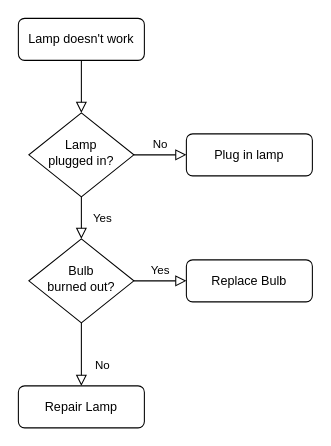
Earlier version of the draw.io diagram draws/fandou/https.drawio (fortianwei/draw.io). Source tidied: cells renumbered, new cells numbered last; positions are measured from the earlier drawing's top-left corner, leaving out a move shared by most shapes. Both pictures are drawn from the tidied source at 105%, with x=0, y=0 at pixel (18, 18).
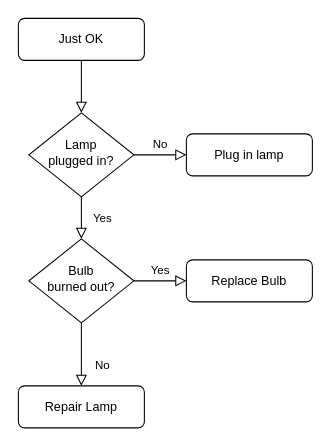
After the change.

What changed in the source:
```diff
@@
 <mxGraphModel>
   <root>
     <mxCell id="0" />
     <mxCell id="1" parent="0" />
     <mxCell id="2" style="rounded=0;html=1;jettySize=auto;fontSize=11;endArrow=block;endFill=0;endSize=8;strokeWidth=1;shadow=0;labelBackgroundColor=none;edgeStyle=orthogonalEdgeStyle;" parent="1" edge="1" source="3" target="6">
       <mxGeometry relative="1" as="geometry" />
     </mxCell>
-    <mxCell id="3" value="Lamp doesn't work" style="rounded=1;whiteSpace=wrap;html=1;fontSize=12;glass=0;strokeWidth=1;shadow=0;" parent="1" vertex="1">
+    <mxCell id="3" value="Just OK" style="rounded=1;whiteSpace=wrap;html=1;fontSize=12;glass=0;strokeWidth=1;shadow=0;" parent="1" vertex="1">
       <mxGeometry width="120" height="40" as="geometry" />
     </mxCell>
     <mxCell id="4" value="Yes" style="rounded=0;html=1;jettySize=auto;fontSize=11;endArrow=block;endFill=0;endSize=8;strokeWidth=1;shadow=0;labelBackgroundColor=none;edgeStyle=orthogonalEdgeStyle;" parent="1" edge="1" source="6" target="10">
       <mxGeometry y="20" relative="1" as="geometry" />
     </mxCell>
     <mxCell id="5" value="No" style="edgeStyle=orthogonalEdgeStyle;rounded=0;html=1;jettySize=auto;fontSize=11;endArrow=block;endFill=0;endSize=8;strokeWidth=1;shadow=0;labelBackgroundColor=none;" parent="1" edge="1" source="6" target="7">
       <mxGeometry y="10" relative="1" as="geometry" />
     </mxCell>
     <mxCell id="6" value="Lamp&lt;br&gt;plugged in?" style="rhombus;whiteSpace=wrap;html=1;shadow=0;fontFamily=Helvetica;fontSize=12;align=center;strokeWidth=1;spacing=6;spacingTop=-4;" parent="1" vertex="1">
       <mxGeometry x="10" y="90" width="100" height="80" as="geometry" />
     </mxCell>
     <mxCell id="7" value="Plug in lamp" style="rounded=1;whiteSpace=wrap;html=1;fontSize=12;glass=0;strokeWidth=1;shadow=0;" parent="1" vertex="1">
       <mxGeometry x="160" y="110" width="120" height="40" as="geometry" />
     </mxCell>
     <mxCell id="8" value="No" style="rounded=0;html=1;jettySize=auto;fontSize=11;endArrow=block;endFill=0;endSize=8;strokeWidth=1;shadow=0;labelBackgroundColor=none;edgeStyle=orthogonalEdgeStyle;" parent="1" edge="1" source="10" target="11">
       <mxGeometry x="0.33" y="20" relative="1" as="geometry" />
     </mxCell>
     <mxCell id="9" value="Yes" style="edgeStyle=orthogonalEdgeStyle;rounded=0;html=1;jettySize=auto;fontSize=11;endArrow=block;endFill=0;endSize=8;strokeWidth=1;shadow=0;labelBackgroundColor=none;" parent="1" edge="1" source="10" target="12">
       <mxGeometry y="10" relative="1" as="geometry" />
     </mxCell>
     <mxCell id="10" value="Bulb&lt;br&gt;burned out?" style="rhombus;whiteSpace=wrap;html=1;shadow=0;fontFamily=Helvetica;fontSize=12;align=center;strokeWidth=1;spacing=6;spacingTop=-4;" parent="1" vertex="1">
       <mxGeometry x="10" y="210" width="100" height="80" as="geometry" />
     </mxCell>
     <mxCell id="11" value="Repair Lamp" style="rounded=1;whiteSpace=wrap;html=1;fontSize=12;glass=0;strokeWidth=1;shadow=0;" parent="1" vertex="1">
       <mxGeometry y="350" width="120" height="40" as="geometry" />
     </mxCell>
     <mxCell id="12" value="Replace Bulb" style="rounded=1;whiteSpace=wrap;html=1;fontSize=12;glass=0;strokeWidth=1;shadow=0;" parent="1" vertex="1">
       <mxGeometry x="160" y="230" width="120" height="40" as="geometry" />
     </mxCell>
   </root>
 </mxGraphModel>
```
